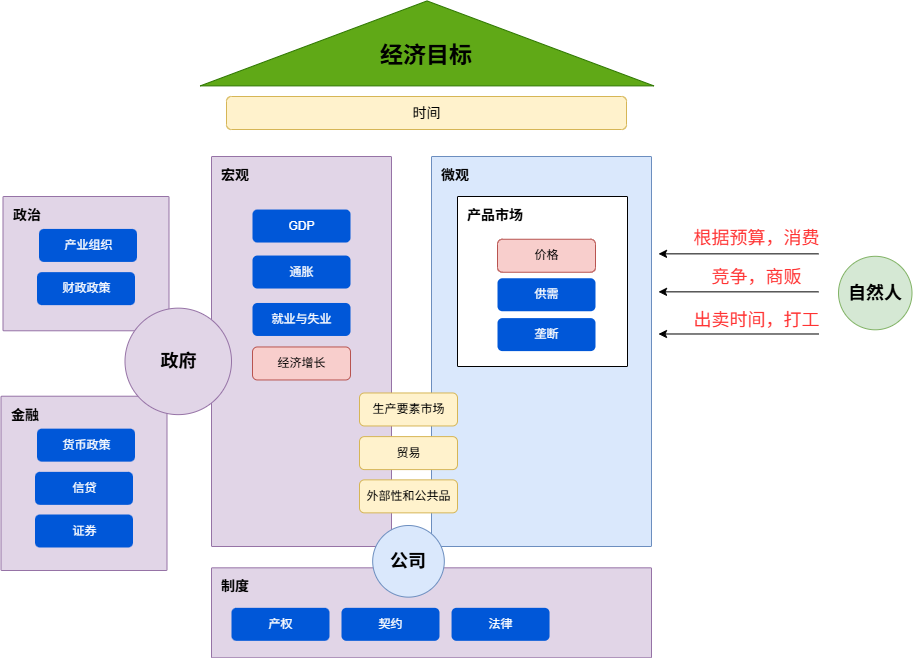
Before: image/economy.drawio.png, a diagram exported from draw.io (codefossil/livingbook). Source tidied: cells renumbered, new cells last; positions are measured from the earlier drawing's top-left corner, leaving out a move shared by most shapes. Source of this version:
```xml
<mxGraphModel>
  <root>
    <mxCell id="0" />
    <mxCell id="1" parent="0" />
    <mxCell id="2" value="&lt;span style=&quot;font-size: 14px;&quot;&gt;&lt;b&gt;微观&lt;/b&gt;&lt;/span&gt;" style="sketch=0;rounded=1;absoluteArcSize=1;arcSize=2;html=1;strokeColor=#6c8ebf;shadow=0;dashed=0;fontSize=12;align=left;verticalAlign=top;spacing=10;spacingTop=-4;fillColor=#dae8fc;" parent="1" vertex="1">
      <mxGeometry x="430" y="340" width="220" height="390" as="geometry" />
    </mxCell>
    <mxCell id="3" style="triangle;whiteSpace=wrap;html=1;shadow=0;fontSize=16;fillColor=#60a917;rotation=-90;strokeColor=#2D7600;fontColor=#ffffff;" parent="1" vertex="1">
      <mxGeometry x="383" width="85" height="453.8" as="geometry" />
    </mxCell>
    <mxCell id="4" value="&lt;font color=&quot;#000000&quot; size=&quot;1&quot;&gt;&lt;b style=&quot;font-size: 23px&quot;&gt;经济目标&lt;/b&gt;&lt;/font&gt;" style="text;html=1;strokeColor=none;fillColor=none;align=center;verticalAlign=middle;whiteSpace=wrap;rounded=0;shadow=0;fontSize=16;fontColor=#CCCCCC;" parent="1" vertex="1">
      <mxGeometry x="370" y="224.4" width="110" height="30" as="geometry" />
    </mxCell>
    <mxCell id="5" value="&lt;font style=&quot;font-size: 14px;&quot;&gt;时间&lt;/font&gt;" style="rounded=1;fillColor=#fff2cc;strokeColor=#d6b656;html=1;align=center;verticalAlign=middle;fontStyle=0;fontSize=12;sketch=0;shadow=0;" parent="1" vertex="1">
      <mxGeometry x="225" y="280" width="400" height="33" as="geometry" />
    </mxCell>
    <mxCell id="6" value="&lt;span style=&quot;font-size: 14px;&quot;&gt;&lt;b&gt;宏观&lt;/b&gt;&lt;/span&gt;" style="sketch=0;rounded=1;absoluteArcSize=1;arcSize=2;html=1;strokeColor=#9673a6;shadow=0;dashed=0;fontSize=12;align=left;verticalAlign=top;spacing=10;spacingTop=-4;fillColor=#e1d5e7;" parent="1" vertex="1">
      <mxGeometry x="210" y="340" width="180" height="390" as="geometry" />
    </mxCell>
    <mxCell id="7" value="GDP" style="rounded=1;fillColor=#0057D8;strokeColor=none;html=1;fontColor=#ffffff;align=center;verticalAlign=middle;fontStyle=0;fontSize=12;sketch=0;shadow=0;" parent="1" vertex="1">
      <mxGeometry x="251" y="393" width="98" height="33" as="geometry" />
    </mxCell>
    <mxCell id="8" value="通胀" style="rounded=1;fillColor=#0057D8;strokeColor=none;html=1;fontColor=#ffffff;align=center;verticalAlign=middle;fontStyle=0;fontSize=12;sketch=0;shadow=0;" parent="1" vertex="1">
      <mxGeometry x="251" y="439" width="98" height="33" as="geometry" />
    </mxCell>
    <mxCell id="9" value="就业与失业" style="rounded=1;fillColor=#0057D8;strokeColor=none;html=1;fontColor=#ffffff;align=center;verticalAlign=middle;fontStyle=0;fontSize=12;sketch=0;shadow=0;" parent="1" vertex="1">
      <mxGeometry x="251" y="486.5" width="98" height="33" as="geometry" />
    </mxCell>
    <mxCell id="10" value="经济增长" style="rounded=1;fillColor=#f8cecc;strokeColor=#b85450;html=1;align=center;verticalAlign=middle;fontStyle=0;fontSize=12;sketch=0;shadow=0;" parent="1" vertex="1">
      <mxGeometry x="251" y="530.5" width="98" height="33" as="geometry" />
    </mxCell>
    <mxCell id="11" value="&lt;font style=&quot;font-size: 14px;&quot;&gt;&lt;b&gt;制度&lt;/b&gt;&lt;/font&gt;" style="sketch=0;rounded=1;absoluteArcSize=1;arcSize=2;html=1;strokeColor=#9673a6;shadow=0;dashed=0;fontSize=12;align=left;verticalAlign=top;spacing=10;spacingTop=-4;fillColor=#e1d5e7;" parent="1" vertex="1">
      <mxGeometry x="210" y="751.3" width="440" height="90" as="geometry" />
    </mxCell>
    <mxCell id="12" value="&lt;font style=&quot;font-size: 14px&quot;&gt;&lt;b&gt;产品市场&lt;/b&gt;&lt;/font&gt;" style="sketch=0;rounded=1;absoluteArcSize=1;arcSize=2;html=1;shadow=0;dashed=0;fontSize=12;align=left;verticalAlign=top;spacing=10;spacingTop=-4;" parent="1" vertex="1">
      <mxGeometry x="456" y="380" width="170" height="170" as="geometry" />
    </mxCell>
    <mxCell id="13" value="价格" style="rounded=1;fillColor=#f8cecc;strokeColor=#b85450;html=1;align=center;verticalAlign=middle;fontStyle=0;fontSize=12;sketch=0;shadow=0;" parent="1" vertex="1">
      <mxGeometry x="496" y="422.8" width="98" height="33" as="geometry" />
    </mxCell>
    <mxCell id="14" value="供需" style="rounded=1;fillColor=#0057D8;strokeColor=none;html=1;fontColor=#ffffff;align=center;verticalAlign=middle;fontStyle=0;fontSize=12;sketch=0;shadow=0;" parent="1" vertex="1">
      <mxGeometry x="496" y="461.8" width="98" height="33" as="geometry" />
    </mxCell>
    <mxCell id="15" value="产权" style="rounded=1;fillColor=#0057D8;strokeColor=none;html=1;fontColor=#ffffff;align=center;verticalAlign=middle;fontStyle=0;fontSize=12;sketch=0;shadow=0;" parent="1" vertex="1">
      <mxGeometry x="230" y="791.3" width="98" height="33" as="geometry" />
    </mxCell>
    <mxCell id="16" value="契约" style="rounded=1;fillColor=#0057D8;strokeColor=none;html=1;fontColor=#ffffff;align=center;verticalAlign=middle;fontStyle=0;fontSize=12;sketch=0;shadow=0;" parent="1" vertex="1">
      <mxGeometry x="340" y="791.3" width="98" height="33" as="geometry" />
    </mxCell>
    <mxCell id="17" value="法律" style="rounded=1;fillColor=#0057D8;strokeColor=none;html=1;fontColor=#ffffff;align=center;verticalAlign=middle;fontStyle=0;fontSize=12;sketch=0;shadow=0;" parent="1" vertex="1">
      <mxGeometry x="450" y="791.3" width="98" height="33" as="geometry" />
    </mxCell>
    <mxCell id="18" value="&lt;font style=&quot;font-size: 14px;&quot;&gt;&lt;b&gt;政治&lt;/b&gt;&lt;/font&gt;" style="rounded=1;absoluteArcSize=1;arcSize=2;html=1;strokeColor=#9673a6;shadow=0;dashed=0;fontSize=12;align=left;verticalAlign=top;spacing=10;spacingTop=-4;fillColor=#e1d5e7;glass=0;" parent="1" vertex="1">
      <mxGeometry x="1.5" y="380" width="166" height="134.3" as="geometry" />
    </mxCell>
    <mxCell id="19" value="产业组织" style="rounded=1;fillColor=#0057D8;strokeColor=none;html=1;fontColor=#ffffff;align=center;verticalAlign=middle;fontStyle=0;fontSize=12;sketch=0;shadow=0;" parent="1" vertex="1">
      <mxGeometry x="37.5" y="412.4" width="98" height="33" as="geometry" />
    </mxCell>
    <mxCell id="20" value="财政政策" style="rounded=1;fillColor=#0057D8;strokeColor=none;html=1;fontColor=#ffffff;align=center;verticalAlign=middle;fontStyle=0;fontSize=12;sketch=0;shadow=0;" parent="1" vertex="1">
      <mxGeometry x="35.5" y="455.6" width="98" height="33" as="geometry" />
    </mxCell>
    <mxCell id="21" value="&lt;span style=&quot;font-size: 14px;&quot;&gt;&lt;b&gt;金融&lt;/b&gt;&lt;/span&gt;" style="rounded=1;absoluteArcSize=1;arcSize=2;html=1;strokeColor=#9673a6;shadow=0;dashed=0;fontSize=12;align=left;verticalAlign=top;spacing=10;spacingTop=-4;fillColor=#e1d5e7;glass=0;" parent="1" vertex="1">
      <mxGeometry x="-0.5" y="579.7" width="166" height="174.3" as="geometry" />
    </mxCell>
    <mxCell id="22" value="货币政策" style="rounded=1;fillColor=#0057D8;strokeColor=none;html=1;fontColor=#ffffff;align=center;verticalAlign=middle;fontStyle=0;fontSize=12;sketch=0;shadow=0;" parent="1" vertex="1">
      <mxGeometry x="35.5" y="612.1" width="98" height="33" as="geometry" />
    </mxCell>
    <mxCell id="23" value="信贷" style="rounded=1;fillColor=#0057D8;strokeColor=none;html=1;fontColor=#ffffff;align=center;verticalAlign=middle;fontStyle=0;fontSize=12;sketch=0;shadow=0;" parent="1" vertex="1">
      <mxGeometry x="33.5" y="655.4" width="98" height="33" as="geometry" />
    </mxCell>
    <mxCell id="24" value="证券" style="rounded=1;fillColor=#0057D8;strokeColor=none;html=1;fontColor=#ffffff;align=center;verticalAlign=middle;fontStyle=0;fontSize=12;sketch=0;shadow=0;" parent="1" vertex="1">
      <mxGeometry x="33.5" y="698" width="98" height="33" as="geometry" />
    </mxCell>
    <mxCell id="25" value="&lt;font style=&quot;font-size: 18px;&quot;&gt;&lt;b&gt;自然人&lt;/b&gt;&lt;/font&gt;" style="ellipse;whiteSpace=wrap;html=1;fillColor=#d5e8d4;strokeColor=#82b366;" parent="1" vertex="1">
      <mxGeometry x="837" y="439.8" width="73.5" height="73.5" as="geometry" />
    </mxCell>
    <mxCell id="26" value="垄断" style="rounded=1;fillColor=#0057D8;strokeColor=none;html=1;fontColor=#ffffff;align=center;verticalAlign=middle;fontStyle=0;fontSize=12;sketch=0;shadow=0;" parent="1" vertex="1">
      <mxGeometry x="496" y="501.6" width="98" height="33" as="geometry" />
    </mxCell>
    <mxCell id="27" style="endArrow=classic;html=1;" parent="1" edge="1">
      <mxGeometry relative="1" as="geometry">
        <mxPoint x="817" y="437.4" as="sourcePoint" />
        <mxPoint x="657" y="437.4" as="targetPoint" />
      </mxGeometry>
    </mxCell>
    <mxCell id="28" value="&lt;font style=&quot;font-size: 18px; color: rgb(255, 51, 51);&quot;&gt;根据预算，消费&lt;/font&gt;" style="edgeLabel;html=1;align=center;verticalAlign=middle;" parent="27" vertex="1">
      <mxGeometry x="-0.2" y="-4" relative="1" as="geometry">
        <mxPoint y="-12" as="offset" />
      </mxGeometry>
    </mxCell>
    <mxCell id="29" style="endArrow=classic;html=1;" parent="1" edge="1">
      <mxGeometry relative="1" as="geometry">
        <mxPoint x="817" y="475.3" as="sourcePoint" />
        <mxPoint x="657" y="475.3" as="targetPoint" />
      </mxGeometry>
    </mxCell>
    <mxCell id="30" value="&lt;font style=&quot;font-size: 18px; color: rgb(255, 51, 51);&quot;&gt;竞争，商贩&lt;/font&gt;" style="edgeLabel;html=1;align=center;verticalAlign=middle;" parent="29" vertex="1">
      <mxGeometry x="-0.2" y="-4" relative="1" as="geometry">
        <mxPoint y="-11" as="offset" />
      </mxGeometry>
    </mxCell>
    <mxCell id="31" style="endArrow=classic;html=1;" parent="1" edge="1">
      <mxGeometry relative="1" as="geometry">
        <mxPoint x="817" y="517.5" as="sourcePoint" />
        <mxPoint x="657" y="517.5" as="targetPoint" />
      </mxGeometry>
    </mxCell>
    <mxCell id="32" value="&lt;font style=&quot;font-size: 18px; color: rgb(255, 51, 51);&quot;&gt;出卖时间，打工&lt;/font&gt;" style="edgeLabel;html=1;align=center;verticalAlign=middle;" parent="31" vertex="1">
      <mxGeometry x="-0.2" y="-4" relative="1" as="geometry">
        <mxPoint y="-10" as="offset" />
      </mxGeometry>
    </mxCell>
    <mxCell id="33" value="&lt;font style=&quot;font-size: 18px;&quot;&gt;&lt;b&gt;公司&lt;/b&gt;&lt;/font&gt;" style="ellipse;whiteSpace=wrap;html=1;fillColor=#dae8fc;strokeColor=#6c8ebf;" parent="1" vertex="1">
      <mxGeometry x="371.2" y="709" width="71.6" height="71.6" as="geometry" />
    </mxCell>
    <mxCell id="34" value="&lt;font style=&quot;font-size: 18px;&quot;&gt;&lt;b&gt;政府&lt;/b&gt;&lt;/font&gt;" style="ellipse;whiteSpace=wrap;html=1;fillColor=#e1d5e7;strokeColor=#9673a6;" parent="1" vertex="1">
      <mxGeometry x="123.5" y="491.6" width="106.5" height="106.5" as="geometry" />
    </mxCell>
    <mxCell id="35" value="生产要素市场" style="rounded=1;fillColor=#fff2cc;strokeColor=#d6b656;html=1;align=center;verticalAlign=middle;fontStyle=0;fontSize=12;sketch=0;shadow=0;" parent="1" vertex="1">
      <mxGeometry x="358" y="576.5" width="98" height="33" as="geometry" />
    </mxCell>
    <mxCell id="36" value="贸易" style="rounded=1;fillColor=#fff2cc;strokeColor=#d6b656;html=1;align=center;verticalAlign=middle;fontStyle=0;fontSize=12;sketch=0;shadow=0;" parent="1" vertex="1">
      <mxGeometry x="358" y="620.1" width="98" height="33" as="geometry" />
    </mxCell>
    <mxCell id="37" value="外部性和公共品" style="rounded=1;fillColor=#fff2cc;strokeColor=#d6b656;html=1;align=center;verticalAlign=middle;fontStyle=0;fontSize=12;sketch=0;shadow=0;" parent="1" vertex="1">
      <mxGeometry x="358" y="663.4" width="98" height="33" as="geometry" />
    </mxCell>
  </root>
</mxGraphModel>
```
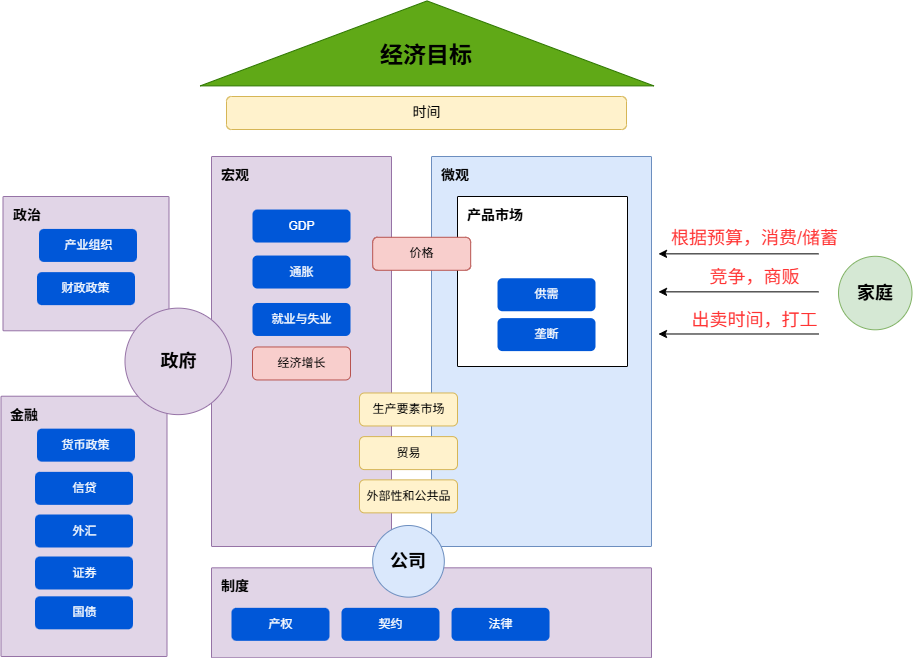
Above is the later version.

Change to the diagram source:
```diff
@@ -36,7 +36,7 @@
       <mxGeometry x="456" y="380" width="170" height="170" as="geometry" />
     </mxCell>
     <mxCell id="13" value="价格" style="rounded=1;fillColor=#f8cecc;strokeColor=#b85450;html=1;align=center;verticalAlign=middle;fontStyle=0;fontSize=12;sketch=0;shadow=0;" parent="1" vertex="1">
-      <mxGeometry x="496" y="422.8" width="98" height="33" as="geometry" />
+      <mxGeometry x="371.2" y="420.8" width="98" height="33" as="geometry" />
     </mxCell>
     <mxCell id="14" value="供需" style="rounded=1;fillColor=#0057D8;strokeColor=none;html=1;fontColor=#ffffff;align=center;verticalAlign=middle;fontStyle=0;fontSize=12;sketch=0;shadow=0;" parent="1" vertex="1">
       <mxGeometry x="496" y="461.8" width="98" height="33" as="geometry" />
@@ -60,7 +60,7 @@
       <mxGeometry x="35.5" y="455.6" width="98" height="33" as="geometry" />
     </mxCell>
     <mxCell id="21" value="&lt;span style=&quot;font-size: 14px;&quot;&gt;&lt;b&gt;金融&lt;/b&gt;&lt;/span&gt;" style="rounded=1;absoluteArcSize=1;arcSize=2;html=1;strokeColor=#9673a6;shadow=0;dashed=0;fontSize=12;align=left;verticalAlign=top;spacing=10;spacingTop=-4;fillColor=#e1d5e7;glass=0;" parent="1" vertex="1">
-      <mxGeometry x="-0.5" y="579.7" width="166" height="174.3" as="geometry" />
+      <mxGeometry x="-0.5" y="579.7" width="166" height="260.3" as="geometry" />
     </mxCell>
     <mxCell id="22" value="货币政策" style="rounded=1;fillColor=#0057D8;strokeColor=none;html=1;fontColor=#ffffff;align=center;verticalAlign=middle;fontStyle=0;fontSize=12;sketch=0;shadow=0;" parent="1" vertex="1">
       <mxGeometry x="35.5" y="612.1" width="98" height="33" as="geometry" />
@@ -68,10 +68,10 @@
     <mxCell id="23" value="信贷" style="rounded=1;fillColor=#0057D8;strokeColor=none;html=1;fontColor=#ffffff;align=center;verticalAlign=middle;fontStyle=0;fontSize=12;sketch=0;shadow=0;" parent="1" vertex="1">
       <mxGeometry x="33.5" y="655.4" width="98" height="33" as="geometry" />
     </mxCell>
-    <mxCell id="24" value="证券" style="rounded=1;fillColor=#0057D8;strokeColor=none;html=1;fontColor=#ffffff;align=center;verticalAlign=middle;fontStyle=0;fontSize=12;sketch=0;shadow=0;" parent="1" vertex="1">
+    <mxCell id="24" value="外汇" style="rounded=1;fillColor=#0057D8;strokeColor=none;html=1;fontColor=#ffffff;align=center;verticalAlign=middle;fontStyle=0;fontSize=12;sketch=0;shadow=0;" parent="1" vertex="1">
       <mxGeometry x="33.5" y="698" width="98" height="33" as="geometry" />
     </mxCell>
-    <mxCell id="25" value="&lt;font style=&quot;font-size: 18px;&quot;&gt;&lt;b&gt;自然人&lt;/b&gt;&lt;/font&gt;" style="ellipse;whiteSpace=wrap;html=1;fillColor=#d5e8d4;strokeColor=#82b366;" parent="1" vertex="1">
+    <mxCell id="25" value="&lt;span style=&quot;font-size: 18px;&quot;&gt;&lt;b&gt;家庭&lt;/b&gt;&lt;/span&gt;" style="ellipse;whiteSpace=wrap;html=1;fillColor=#d5e8d4;strokeColor=#82b366;" parent="1" vertex="1">
       <mxGeometry x="837" y="439.8" width="73.5" height="73.5" as="geometry" />
     </mxCell>
     <mxCell id="26" value="垄断" style="rounded=1;fillColor=#0057D8;strokeColor=none;html=1;fontColor=#ffffff;align=center;verticalAlign=middle;fontStyle=0;fontSize=12;sketch=0;shadow=0;" parent="1" vertex="1">
@@ -83,7 +83,7 @@
         <mxPoint x="657" y="437.4" as="targetPoint" />
       </mxGeometry>
     </mxCell>
-    <mxCell id="28" value="&lt;font style=&quot;font-size: 18px; color: rgb(255, 51, 51);&quot;&gt;根据预算，消费&lt;/font&gt;" style="edgeLabel;html=1;align=center;verticalAlign=middle;" parent="27" vertex="1">
+    <mxCell id="28" value="&lt;font style=&quot;font-size: 18px; color: rgb(255, 51, 51);&quot;&gt;根据预算，消费/储蓄&lt;/font&gt;" style="edgeLabel;html=1;align=center;verticalAlign=middle;" parent="27" vertex="1">
       <mxGeometry x="-0.2" y="-4" relative="1" as="geometry">
         <mxPoint y="-12" as="offset" />
       </mxGeometry>
@@ -125,5 +125,11 @@
     <mxCell id="37" value="外部性和公共品" style="rounded=1;fillColor=#fff2cc;strokeColor=#d6b656;html=1;align=center;verticalAlign=middle;fontStyle=0;fontSize=12;sketch=0;shadow=0;" parent="1" vertex="1">
       <mxGeometry x="358" y="663.4" width="98" height="33" as="geometry" />
     </mxCell>
+    <mxCell id="38" value="证券" style="rounded=1;fillColor=#0057D8;strokeColor=none;html=1;fontColor=#ffffff;align=center;verticalAlign=middle;fontStyle=0;fontSize=12;sketch=0;shadow=0;" parent="1" vertex="1">
+      <mxGeometry x="33.5" y="740" width="98" height="33" as="geometry" />
+    </mxCell>
+    <mxCell id="39" value="国债" style="rounded=1;fillColor=#0057D8;strokeColor=none;html=1;fontColor=#ffffff;align=center;verticalAlign=middle;fontStyle=0;fontSize=12;sketch=0;shadow=0;" parent="1" vertex="1">
+      <mxGeometry x="33.5" y="779.8" width="98" height="33" as="geometry" />
+    </mxCell>
   </root>
 </mxGraphModel>
```
